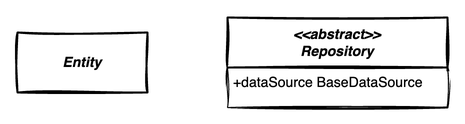
Before: domain_layer.drawio.png, a diagram exported from draw.io (hamed-rezaee/flutter_component_architecture_poc). Source tidied: cells renumbered, new cells last; positions are measured from the earlier drawing's top-left corner, leaving out a move shared by most shapes. Source of this version:
```xml
<mxGraphModel>
  <root>
    <mxCell id="0" />
    <mxCell id="1" parent="0" />
    <mxCell id="2" value="&lt;b style=&quot;border-color: var(--border-color); font-size: 12px;&quot;&gt;&lt;i style=&quot;border-color: var(--border-color);&quot;&gt;&lt;font style=&quot;border-color: var(--border-color); font-size: 14px;&quot;&gt;&amp;lt;&amp;lt;abstract&amp;gt;&amp;gt;&lt;br style=&quot;border-color: var(--border-color);&quot;&gt;Repository&lt;/font&gt;&lt;/i&gt;&lt;/b&gt;" style="swimlane;horizontal=1;startSize=50;rounded=0;fontSize=14;fontStyle=0;strokeWidth=2;shadow=0;dashed=0;align=center;arcSize=4;whiteSpace=wrap;html=1;fillStyle=auto;sketch=1;curveFitting=1;jiggle=2;swimlaneFillColor=default;swimlaneLine=1;glass=0;" parent="1" vertex="1">
      <mxGeometry x="210" width="220" height="90" as="geometry" />
    </mxCell>
    <mxCell id="3" value="&lt;font style=&quot;font-size: 14px;&quot;&gt;+dataSource BaseDataSource&lt;/font&gt;" style="align=left;spacingLeft=4;fontSize=12;verticalAlign=top;html=1;sketch=1;curveFitting=1;jiggle=2;labelBackgroundColor=none;" parent="2" vertex="1">
      <mxGeometry y="50" width="220" height="40" as="geometry" />
    </mxCell>
    <mxCell id="4" value="&lt;b&gt;&lt;i&gt;&lt;font style=&quot;font-size: 14px;&quot;&gt;Entity&lt;br&gt;&lt;/font&gt;&lt;/i&gt;&lt;/b&gt;" style="rounded=0;whiteSpace=wrap;html=1;sketch=1;curveFitting=1;jiggle=2;fontSize=14;fontStyle=0;startSize=50;strokeWidth=2;shadow=0;dashed=0;arcSize=4;" parent="1" vertex="1">
      <mxGeometry y="15" width="130" height="60" as="geometry" />
    </mxCell>
  </root>
</mxGraphModel>
```
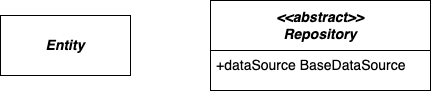
The same diagram one commit later.

The edit, as a diff of the source:
```diff
@@ -2,13 +2,13 @@
   <root>
     <mxCell id="0" />
     <mxCell id="1" parent="0" />
-    <mxCell id="2" value="&lt;b style=&quot;border-color: var(--border-color); font-size: 12px;&quot;&gt;&lt;i style=&quot;border-color: var(--border-color);&quot;&gt;&lt;font style=&quot;border-color: var(--border-color); font-size: 14px;&quot;&gt;&amp;lt;&amp;lt;abstract&amp;gt;&amp;gt;&lt;br style=&quot;border-color: var(--border-color);&quot;&gt;Repository&lt;/font&gt;&lt;/i&gt;&lt;/b&gt;" style="swimlane;horizontal=1;startSize=50;rounded=0;fontSize=14;fontStyle=0;strokeWidth=2;shadow=0;dashed=0;align=center;arcSize=4;whiteSpace=wrap;html=1;fillStyle=auto;sketch=1;curveFitting=1;jiggle=2;swimlaneFillColor=default;swimlaneLine=1;glass=0;" parent="1" vertex="1">
+    <mxCell id="2" value="&lt;b style=&quot;border-color: var(--border-color); font-size: 12px;&quot;&gt;&lt;i style=&quot;border-color: var(--border-color);&quot;&gt;&lt;font style=&quot;border-color: var(--border-color); font-size: 14px;&quot;&gt;&amp;lt;&amp;lt;abstract&amp;gt;&amp;gt;&lt;br style=&quot;border-color: var(--border-color);&quot;&gt;Repository&lt;/font&gt;&lt;/i&gt;&lt;/b&gt;" style="swimlane;horizontal=1;startSize=50;rounded=0;fontSize=14;fontStyle=0;strokeWidth=1;shadow=0;dashed=0;align=center;arcSize=4;whiteSpace=wrap;html=1;fillStyle=auto;swimlaneFillColor=default;swimlaneLine=1;glass=0;" parent="1" vertex="1">
       <mxGeometry x="210" width="220" height="90" as="geometry" />
     </mxCell>
-    <mxCell id="3" value="&lt;font style=&quot;font-size: 14px;&quot;&gt;+dataSource BaseDataSource&lt;/font&gt;" style="align=left;spacingLeft=4;fontSize=12;verticalAlign=top;html=1;sketch=1;curveFitting=1;jiggle=2;labelBackgroundColor=none;" parent="2" vertex="1">
+    <mxCell id="3" value="&lt;font style=&quot;font-size: 14px;&quot;&gt;+dataSource BaseDataSource&lt;/font&gt;" style="align=left;spacingLeft=4;fontSize=12;verticalAlign=top;html=1;labelBackgroundColor=none;strokeWidth=1;" parent="2" vertex="1">
       <mxGeometry y="50" width="220" height="40" as="geometry" />
     </mxCell>
-    <mxCell id="4" value="&lt;b&gt;&lt;i&gt;&lt;font style=&quot;font-size: 14px;&quot;&gt;Entity&lt;br&gt;&lt;/font&gt;&lt;/i&gt;&lt;/b&gt;" style="rounded=0;whiteSpace=wrap;html=1;sketch=1;curveFitting=1;jiggle=2;fontSize=14;fontStyle=0;startSize=50;strokeWidth=2;shadow=0;dashed=0;arcSize=4;" parent="1" vertex="1">
+    <mxCell id="4" value="&lt;b&gt;&lt;i&gt;&lt;font style=&quot;font-size: 14px;&quot;&gt;Entity&lt;br&gt;&lt;/font&gt;&lt;/i&gt;&lt;/b&gt;" style="rounded=0;whiteSpace=wrap;html=1;fontSize=14;fontStyle=0;startSize=50;strokeWidth=1;shadow=0;dashed=0;arcSize=4;" parent="1" vertex="1">
       <mxGeometry y="15" width="130" height="60" as="geometry" />
     </mxCell>
   </root>
```
